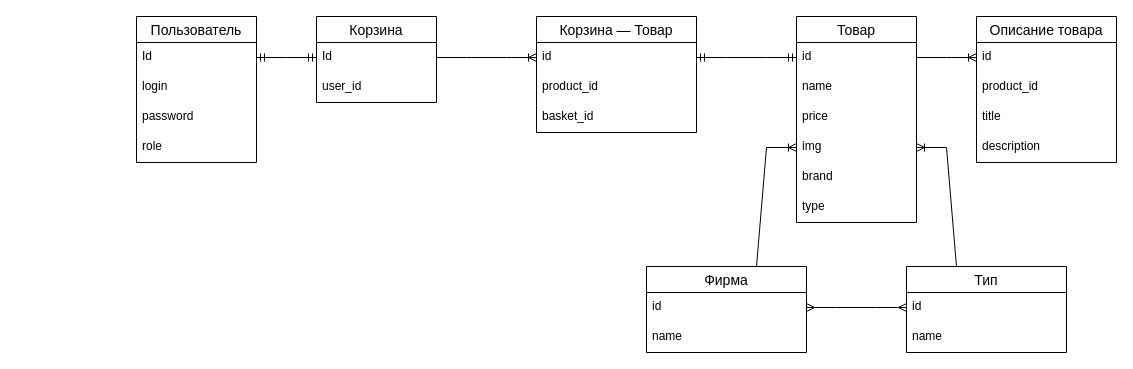
Earlier version of the draw.io diagram схема.drawio (Arteminariy/shop). Source tidied: cells renumbered, new cells numbered last; positions are measured from the earlier drawing's top-left corner, leaving out a move shared by most shapes. Both pictures are drawn from the tidied source at 100%, with x=0, y=0 at pixel (136, 16).
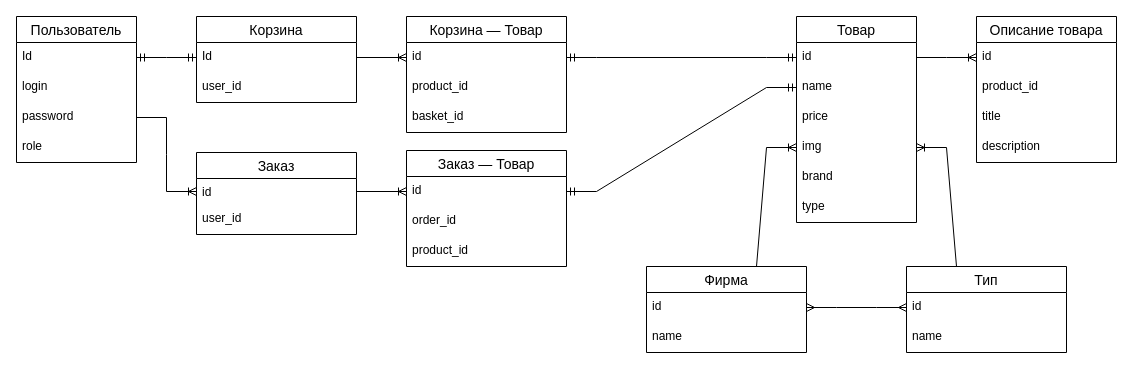
The same page after the edit.

Commit message:
Новая схема товара

Unchanged cells that the change refers to:
```xml
<mxCell id="5" value="password" style="text;strokeColor=none;fillColor=none;spacingLeft=4;spacingRight=4;overflow=hidden;points=[[0,0.5],[1,0.5]];portConstraint=eastwest;fontSize=12;" parent="2" vertex="1">
  <mxGeometry y="86" width="120" height="30" as="geometry" />
</mxCell>
<mxCell id="13" value="name" style="text;strokeColor=none;fillColor=none;spacingLeft=4;spacingRight=4;overflow=hidden;points=[[0,0.5],[1,0.5]];portConstraint=eastwest;fontSize=12;" parent="11" vertex="1">
  <mxGeometry y="56" width="120" height="30" as="geometry" />
</mxCell>
```

The edit, as a diff of the source:
```diff
@@
     <mxCell id="2" value="Пользователь" style="swimlane;fontStyle=0;horizontal=1;startSize=26;align=center;fontSize=14;" parent="1" vertex="1">
-      <mxGeometry width="120" height="146" as="geometry" />
+      <mxGeometry x="-120" width="120" height="146" as="geometry" />
     </mxCell>
@@
     <mxCell id="7" value="Корзина" style="swimlane;fontStyle=0;horizontal=1;startSize=26;align=center;fontSize=14;" parent="1" vertex="1">
-      <mxGeometry x="180" width="120" height="86" as="geometry" />
+      <mxGeometry x="60" width="160" height="86" as="geometry" />
     </mxCell>
     <mxCell id="8" value="Id" style="text;strokeColor=none;fillColor=none;spacingLeft=4;spacingRight=4;overflow=hidden;points=[[0,0.5],[1,0.5]];portConstraint=eastwest;fontSize=12;" parent="7" vertex="1">
-      <mxGeometry y="26" width="120" height="30" as="geometry" />
+      <mxGeometry y="26" width="160" height="30" as="geometry" />
     </mxCell>
     <mxCell id="9" value="user_id" style="text;strokeColor=none;fillColor=none;spacingLeft=4;spacingRight=4;overflow=hidden;fontSize=12;" parent="7" vertex="1">
-      <mxGeometry y="56" width="120" height="30" as="geometry" />
+      <mxGeometry y="56" width="160" height="30" as="geometry" />
     </mxCell>
@@
     <mxCell id="24" value="Корзина — Товар" style="swimlane;fontStyle=0;horizontal=1;startSize=26;align=center;fontSize=14;" parent="1" vertex="1">
-      <mxGeometry x="400" width="160" height="116" as="geometry" />
+      <mxGeometry x="270" width="160" height="116" as="geometry" />
     </mxCell>
@@
+    <mxCell id="39" value="Заказ" style="swimlane;fontStyle=0;horizontal=1;startSize=26;align=center;fontSize=14;" parent="1" vertex="1">
+      <mxGeometry x="60" y="136" width="160" height="82" as="geometry" />
+    </mxCell>
+    <mxCell id="40" value="id" style="text;strokeColor=none;fillColor=none;spacingLeft=4;spacingRight=4;overflow=hidden;points=[[0,0.5],[1,0.5]];portConstraint=eastwest;fontSize=12;" parent="39" vertex="1">
+      <mxGeometry y="26" width="160" height="26" as="geometry" />
+    </mxCell>
+    <mxCell id="41" value="user_id" style="text;strokeColor=none;fillColor=none;spacingLeft=4;spacingRight=4;overflow=hidden;fontSize=12;" parent="39" vertex="1">
+      <mxGeometry y="52" width="160" height="30" as="geometry" />
+    </mxCell>
+    <mxCell id="42" style="edgeStyle=entityRelationEdgeStyle;fontSize=12;html=1;endArrow=ERoneToMany;rounded=0;exitX=1;exitY=0.5;exitDx=0;exitDy=0;entryX=0;entryY=0.5;entryDx=0;entryDy=0;" parent="1" edge="1" source="5" target="40">
+      <mxGeometry relative="1" as="geometry" />
+    </mxCell>
+    <mxCell id="43" value="Заказ — Товар" style="swimlane;fontStyle=0;horizontal=1;startSize=26;align=center;fontSize=14;" parent="1" vertex="1">
+      <mxGeometry x="270" y="134" width="160" height="116" as="geometry" />
+    </mxCell>
+    <mxCell id="44" value="id" style="text;strokeColor=none;fillColor=none;spacingLeft=4;spacingRight=4;overflow=hidden;points=[[0,0.5],[1,0.5]];portConstraint=eastwest;fontSize=12;" parent="43" vertex="1">
+      <mxGeometry y="26" width="160" height="30" as="geometry" />
+    </mxCell>
+    <mxCell id="45" value="order_id" style="text;strokeColor=none;fillColor=none;spacingLeft=4;spacingRight=4;overflow=hidden;fontSize=12;" parent="43" vertex="1">
+      <mxGeometry y="56" width="160" height="30" as="geometry" />
+    </mxCell>
+    <mxCell id="46" value="product_id" style="text;strokeColor=none;fillColor=none;spacingLeft=4;spacingRight=4;overflow=hidden;fontSize=12;" parent="43" vertex="1">
+      <mxGeometry y="86" width="160" height="30" as="geometry" />
+    </mxCell>
+    <mxCell id="47" style="edgeStyle=entityRelationEdgeStyle;fontSize=12;html=1;endArrow=ERmandOne;startArrow=ERmandOne;rounded=0;exitX=1;exitY=0.5;exitDx=0;exitDy=0;entryX=0;entryY=0.5;entryDx=0;entryDy=0;" parent="1" edge="1" source="44" target="13">
+      <mxGeometry relative="1" as="geometry" />
+    </mxCell>
+    <mxCell id="48" style="edgeStyle=entityRelationEdgeStyle;fontSize=12;html=1;endArrow=ERoneToMany;rounded=0;exitX=1;exitY=0.5;exitDx=0;exitDy=0;entryX=0;entryY=0.5;entryDx=0;entryDy=0;" parent="1" edge="1" source="40" target="44">
+      <mxGeometry relative="1" as="geometry" />
+    </mxCell>
```
